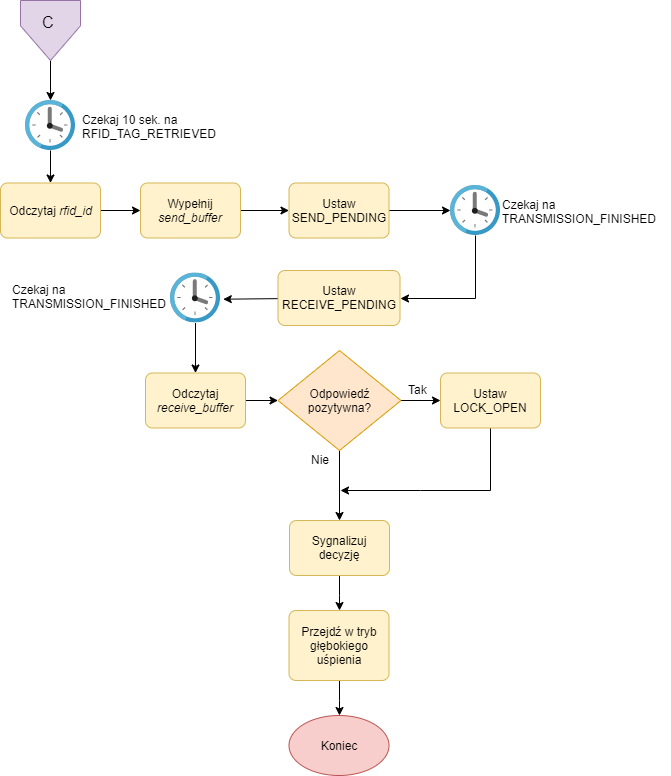
Earlier version of the draw.io export docs/chapters/images/flowchart4.png (adapiekarska/centralized-lock-system). Source tidied: cells renumbered, new cells last; positions are measured from the earlier drawing's top-left corner, leaving out a move shared by most shapes.
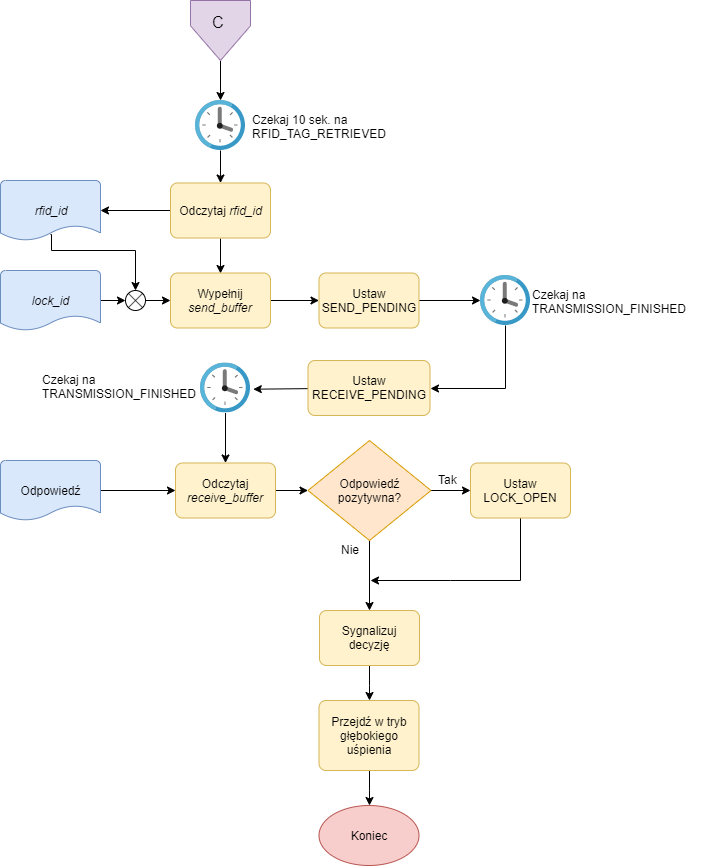
Later version of the same file.

Change to the diagram source:
```diff
@@ -6,22 +6,22 @@
       <mxGeometry relative="1" as="geometry" />
     </mxCell>
     <mxCell id="3" style="verticalLabelPosition=bottom;verticalAlign=top;html=1;shape=offPageConnector;rounded=0;size=0.5783328586154539;strokeWidth=1;fillColor=#e1d5e7;strokeColor=#9673a6;" parent="1" vertex="1">
-      <mxGeometry x="20" width="60" height="60" as="geometry" />
+      <mxGeometry x="160" y="-90" width="60" height="60" as="geometry" />
     </mxCell>
     <mxCell id="4" value="&lt;font style=&quot;font-size: 16px&quot;&gt;C&lt;/font&gt;" style="text;html=1;align=left;verticalAlign=top;spacingTop=-4;strokeWidth=1;" parent="1" vertex="1">
-      <mxGeometry x="40" y="10" width="30" height="20" as="geometry" />
+      <mxGeometry x="180" y="-80" width="30" height="20" as="geometry" />
     </mxCell>
-    <mxCell id="5" style="edgeStyle=orthogonalEdgeStyle;rounded=0;jettySize=auto;html=1;strokeWidth=1;exitX=1;exitY=0.5;exitDx=0;exitDy=0;entryX=0;entryY=0.5;entryDx=0;entryDy=0;" parent="1" edge="1" source="22" target="10">
+    <mxCell id="5" style="edgeStyle=orthogonalEdgeStyle;rounded=0;jettySize=auto;html=1;strokeWidth=1;exitX=0.5;exitY=1;exitDx=0;exitDy=0;entryX=0.5;entryY=0;entryDx=0;entryDy=0;" parent="1" edge="1" source="22" target="10">
       <mxGeometry relative="1" as="geometry" />
     </mxCell>
     <mxCell id="6" style="edgeStyle=none;rounded=0;jettySize=auto;html=1;strokeWidth=1;entryX=0.5;entryY=0;entryDx=0;entryDy=0;" parent="1" edge="1" source="7" target="22">
       <mxGeometry relative="1" as="geometry" />
     </mxCell>
     <mxCell id="7" style="html=1;points=[];align=center;image;fontSize=12;image=img/lib/mscae/Clock.svg;strokeWidth=1;" parent="1" vertex="1">
-      <mxGeometry x="25" y="100" width="50" height="50" as="geometry" />
+      <mxGeometry x="165" y="10" width="50" height="50" as="geometry" />
     </mxCell>
     <mxCell id="8" value="Czekaj 10 sek. na&lt;br&gt;RFID_TAG_RETRIEVED" style="text;html=1;align=left;verticalAlign=top;spacingTop=-4;strokeWidth=1;" parent="1" vertex="1">
-      <mxGeometry x="80" y="110" width="150" height="30" as="geometry" />
+      <mxGeometry x="220" y="20" width="150" height="30" as="geometry" />
     </mxCell>
     <mxCell id="9" style="edgeStyle=none;rounded=0;jettySize=auto;html=1;entryX=0;entryY=0.5;entryDx=0;entryDy=0;strokeWidth=1;" parent="1" edge="1" source="10" target="27">
       <mxGeometry relative="1" as="geometry" />
@@ -68,8 +68,11 @@
     <mxCell id="21" value="Sygnalizuj decyzję" style="rounded=1;whiteSpace=wrap;html=1;absoluteArcSize=1;arcSize=14;strokeWidth=1;fillColor=#fff2cc;strokeColor=#d6b656;" parent="1" vertex="1">
       <mxGeometry x="289" y="520" width="100" height="55" as="geometry" />
     </mxCell>
+    <mxCell id="36" style="edgeStyle=orthogonalEdgeStyle;rounded=0;jettySize=auto;html=1;entryX=1;entryY=0.5;entryDx=0;entryDy=0;entryPerimeter=0;" parent="1" edge="1" source="22" target="38">
+      <mxGeometry relative="1" as="geometry" />
+    </mxCell>
     <mxCell id="22" value="Odczytaj &lt;i&gt;rfid_id&lt;/i&gt;" style="rounded=1;whiteSpace=wrap;html=1;absoluteArcSize=1;arcSize=14;strokeWidth=1;fillColor=#fff2cc;strokeColor=#d6b656;" parent="1" vertex="1">
-      <mxGeometry y="182.5" width="100" height="55" as="geometry" />
+      <mxGeometry x="140" y="92.5" width="100" height="55" as="geometry" />
     </mxCell>
     <mxCell id="23" style="edgeStyle=orthogonalEdgeStyle;rounded=0;jettySize=auto;html=1;entryX=0.5;entryY=0;entryDx=0;entryDy=0;entryPerimeter=0;strokeWidth=1;" parent="1" edge="1" source="24" target="25">
       <mxGeometry relative="1" as="geometry" />
@@ -116,5 +119,35 @@
     <mxCell id="35" value="Czekaj na&lt;br&gt;TRANSMISSION_FINISHED" style="text;html=1;align=left;verticalAlign=top;spacingTop=-4;" parent="1" vertex="1">
       <mxGeometry x="10" y="280" width="170" height="30" as="geometry" />
     </mxCell>
+    <mxCell id="37" style="edgeStyle=orthogonalEdgeStyle;rounded=0;jettySize=auto;html=1;entryX=0.5;entryY=0;entryDx=0;entryDy=0;entryPerimeter=0;exitX=0.498;exitY=0.903;exitDx=0;exitDy=0;exitPerimeter=0;" parent="1" edge="1" source="38" target="42">
+      <mxGeometry relative="1" as="geometry">
+        <Array as="points">
+          <mxPoint x="21" y="144" />
+          <mxPoint x="21" y="160" />
+          <mxPoint x="105" y="160" />
+        </Array>
+      </mxGeometry>
+    </mxCell>
+    <mxCell id="38" value="&lt;i&gt;rfid_id&lt;/i&gt;" style="strokeWidth=1;html=1;shape=mxgraph.flowchart.document2;whiteSpace=wrap;size=0.25;fillColor=#dae8fc;strokeColor=#6c8ebf;" parent="1" vertex="1">
+      <mxGeometry x="-30" y="90" width="100" height="60" as="geometry" />
+    </mxCell>
+    <mxCell id="39" style="edgeStyle=orthogonalEdgeStyle;rounded=0;jettySize=auto;html=1;entryX=0;entryY=0.5;entryDx=0;entryDy=0;entryPerimeter=0;" parent="1" edge="1" source="40" target="42">
+      <mxGeometry relative="1" as="geometry" />
+    </mxCell>
+    <mxCell id="40" value="&lt;i&gt;lock_id&lt;/i&gt;" style="strokeWidth=1;html=1;shape=mxgraph.flowchart.document2;whiteSpace=wrap;size=0.25;fillColor=#dae8fc;strokeColor=#6c8ebf;" parent="1" vertex="1">
+      <mxGeometry x="-30" y="180" width="100" height="60" as="geometry" />
+    </mxCell>
+    <mxCell id="41" style="edgeStyle=orthogonalEdgeStyle;rounded=0;jettySize=auto;html=1;" parent="1" edge="1" source="42" target="10">
+      <mxGeometry relative="1" as="geometry" />
+    </mxCell>
+    <mxCell id="42" style="verticalLabelPosition=bottom;verticalAlign=top;html=1;shape=mxgraph.flowchart.or;" parent="1" vertex="1">
+      <mxGeometry x="95" y="200" width="20" height="20" as="geometry" />
+    </mxCell>
+    <mxCell id="43" style="edgeStyle=orthogonalEdgeStyle;rounded=0;jettySize=auto;html=1;entryX=0;entryY=0.5;entryDx=0;entryDy=0;" parent="1" edge="1" source="44" target="12">
+      <mxGeometry relative="1" as="geometry" />
+    </mxCell>
+    <mxCell id="44" value="Odpowiedź" style="strokeWidth=1;html=1;shape=mxgraph.flowchart.document2;whiteSpace=wrap;size=0.25;fillColor=#dae8fc;strokeColor=#6c8ebf;" parent="1" vertex="1">
+      <mxGeometry x="-30" y="370" width="100" height="60" as="geometry" />
+    </mxCell>
   </root>
 </mxGraphModel>
```
